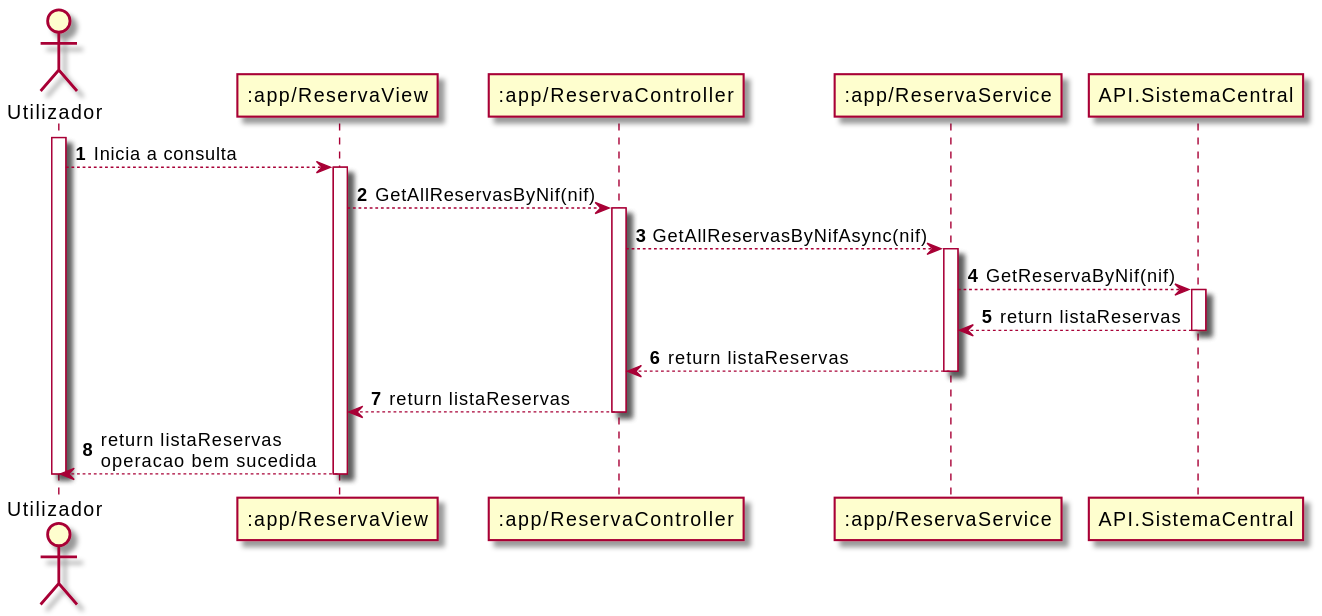
Above: Documentos/Sprint4/UC7/UC7_SD.svg in UPskillDOTNET/Jakim-das-Coives-S.A. (PlantUML), before the change.
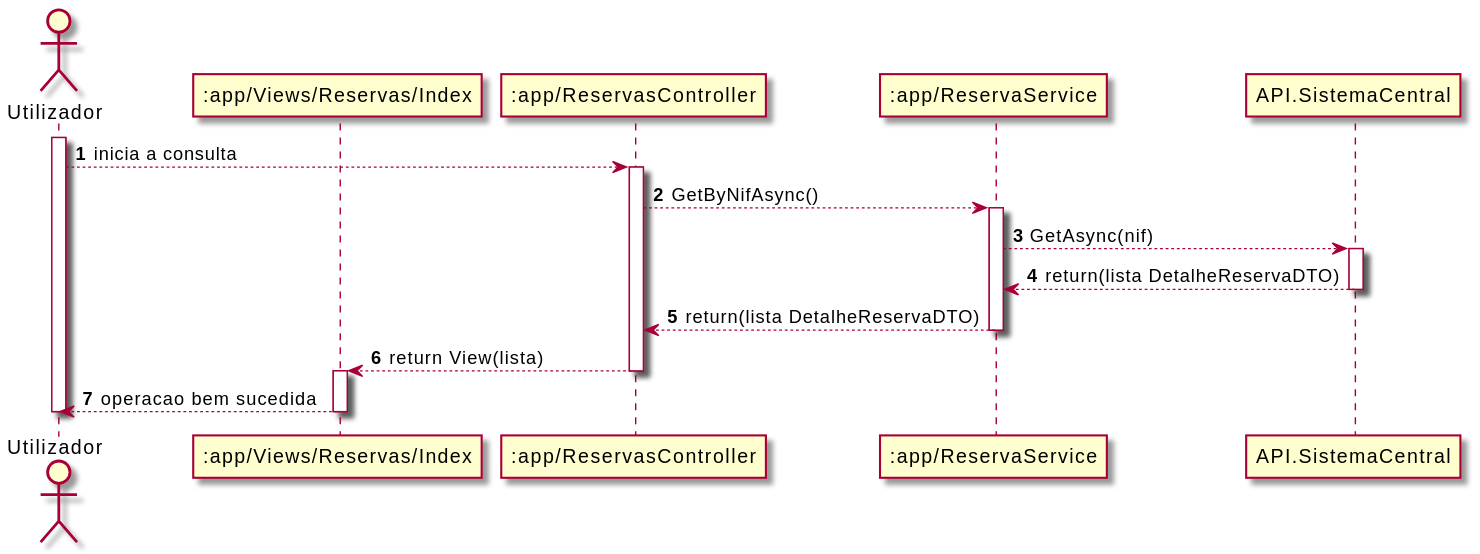
The same diagram one commit later.

Change to the diagram source:
```diff
@@ -1,35 +1,33 @@
 @startuml
 autonumber
 actor "Utilizador" as U
-participant ":app/ReservaView" as RV
-participant ":app/ReservaController" as RC
+participant ":app/Views/Reservas/Index" as RV
+participant ":app/ReservasController" as RC
 participant ":app/ReservaService" as RS
 participant "API.SistemaCentral" as API
 
 activate U
 
-U --> RV: Inicia a consulta
+U --> RC: inicia a consulta
+activate RC
+
+RC --> RS: GetByNifAsync()
+activate RS
+
+RS --> API: GetAsync(nif)
+activate API
+
+API --> RS: return(lista DetalheReservaDTO)
+deactivate API
+
+RS --> RC: return(lista DetalheReservaDTO)
+deactivate RS
+
+RC --> RV: return View(lista)
+deactivate RC
 activate RV
 
-RV --> RC: GetAllReservasByNif(nif)
-activate RC
-
-RC --> RS: GetAllReservasByNifAsync(nif)
-activate RS
-
-RS --> API: GetReservaByNif(nif)
-activate API
-
-API --> RS:return listaReservas
-deactivate API
-
-RS --> RC: return listaReservas
-deactivate RS
-
-RC --> RV: return listaReservas
-deactivate RC
-
-RV --> U: return listaReservas\noperacao bem sucedida
+RV --> U: operacao bem sucedida
 deactivate RV
 
 deactivate U
```
